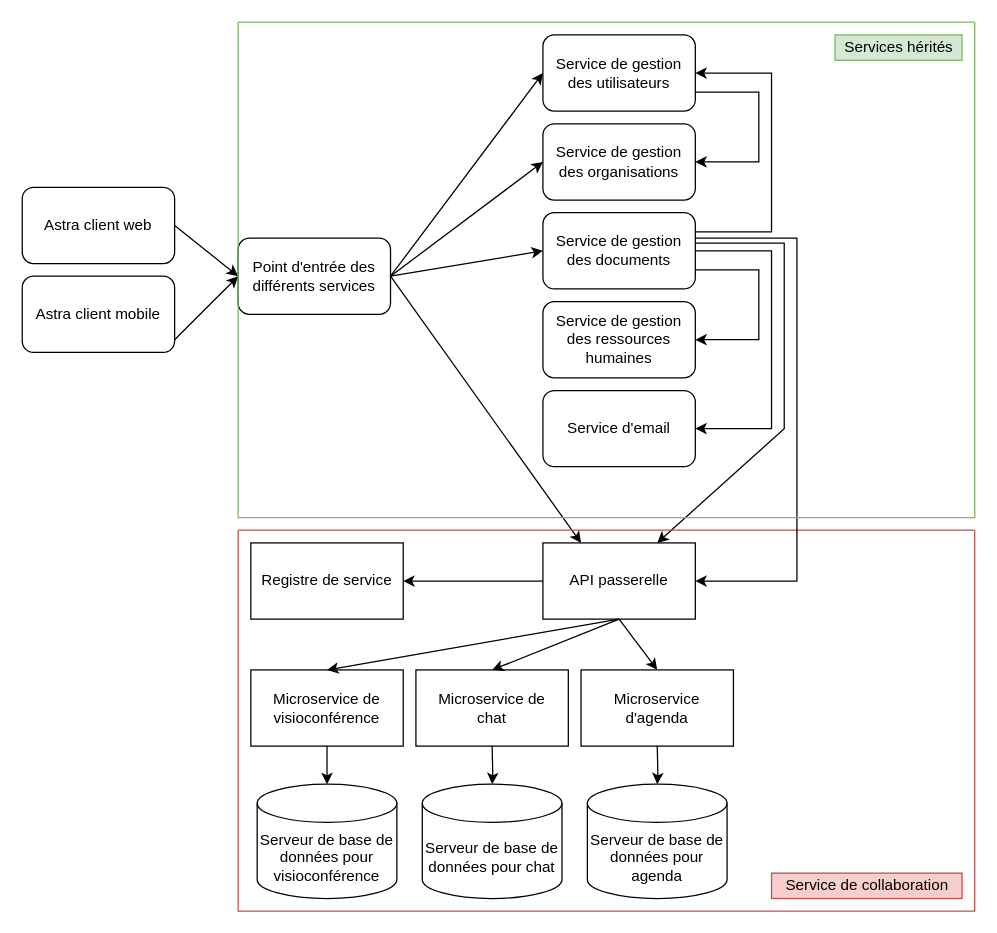
The draw.io diagram AplicativeArchitecture.drawio in cjour/audit_logistics, before the edit. Source tidied: cells renumbered, new cells numbered last; positions are measured from the earlier drawing's top-left corner, leaving out a move shared by most shapes. Both pictures are drawn from the tidied source at 127%, with x=0, y=0 at pixel (22, 22).
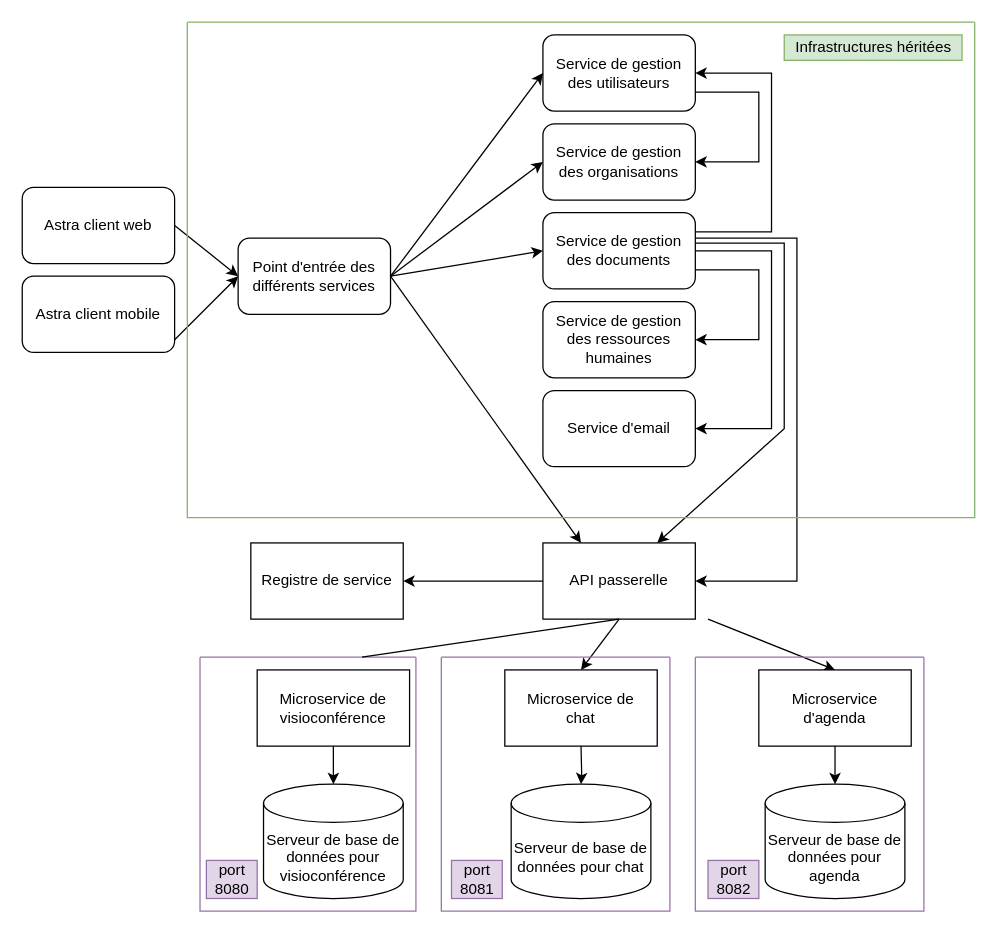
The same page after the edit.

Unchanged cells that the change refers to:
```xml
<mxCell id="23" value="API passerelle" style="rounded=0;whiteSpace=wrap;html=1;" parent="1" vertex="1">
  <mxGeometry x="410" y="410" width="120" height="60" as="geometry" />
</mxCell>
```

What changed in the source:
```diff
@@
+    <mxCell id="41" style="swimlane;startSize=0;fillColor=#e1d5e7;strokeColor=#9673a6;" parent="1" vertex="1">
+      <mxGeometry x="140" y="500" width="170" height="200" as="geometry" />
+    </mxCell>
+    <mxCell id="27" value="Serveur de base de données pour visioconférence" style="shape=cylinder3;whiteSpace=wrap;html=1;boundedLbl=1;backgroundOutline=1;size=15;" parent="41" vertex="1">
+      <mxGeometry x="50" y="100" width="110" height="90" as="geometry" />
+    </mxCell>
+    <mxCell id="22" value="&lt;div&gt;Microservice de &lt;br&gt;&lt;/div&gt;&lt;div&gt;visioconférence&lt;br&gt;&lt;/div&gt;" style="rounded=0;whiteSpace=wrap;html=1;" parent="41" vertex="1">
+      <mxGeometry x="45" y="10" width="120" height="60" as="geometry" />
+    </mxCell>
+    <mxCell id="21" style="edgeStyle=orthogonalEdgeStyle;rounded=0;jettySize=auto;html=1;" parent="41" edge="1" source="22" target="27">
+      <mxGeometry relative="1" as="geometry" />
+    </mxCell>
+    <mxCell id="42" value="&lt;div&gt;port &lt;br&gt;&lt;/div&gt;&lt;div&gt;8080&lt;/div&gt;" style="text;html=1;align=center;verticalAlign=middle;strokeColor=#9673a6;fillColor=#e1d5e7;" parent="41" vertex="1">
+      <mxGeometry x="5" y="160" width="40" height="30" as="geometry" />
+    </mxCell>
@@
-    <mxCell id="21" style="edgeStyle=orthogonalEdgeStyle;rounded=0;jettySize=auto;html=1;" parent="1" edge="1" source="22" target="27">
-      <mxGeometry relative="1" as="geometry" />
-    </mxCell>
-    <mxCell id="22" value="&lt;div&gt;Microservice de &lt;br&gt;&lt;/div&gt;&lt;div&gt;visioconférence&lt;br&gt;&lt;/div&gt;" style="rounded=0;whiteSpace=wrap;html=1;" parent="1" vertex="1">
-      <mxGeometry x="180" y="510" width="120" height="60" as="geometry" />
-    </mxCell>
@@
-    <mxCell id="24" style="endArrow=classic;html=1;rounded=0;exitX=0.5;exitY=1;exitDx=0;exitDy=0;entryX=0.5;entryY=0;entryDx=0;entryDy=0;" parent="1" edge="1" source="23" target="22">
-      <mxGeometry relative="1" as="geometry" />
-    </mxCell>
@@
-    <mxCell id="27" value="Serveur de base de données pour visioconférence" style="shape=cylinder3;whiteSpace=wrap;html=1;boundedLbl=1;backgroundOutline=1;size=15;" parent="1" vertex="1">
-      <mxGeometry x="185" y="600" width="110" height="90" as="geometry" />
-    </mxCell>
     <mxCell id="28" value="&lt;div&gt;Microservice de &lt;br&gt;&lt;/div&gt;&lt;div&gt;chat&lt;br&gt;&lt;/div&gt;" style="rounded=0;whiteSpace=wrap;html=1;" parent="1" vertex="1">
-      <mxGeometry x="310" y="510" width="120" height="60" as="geometry" />
+      <mxGeometry x="380" y="510" width="120" height="60" as="geometry" />
     </mxCell>
-    <mxCell id="29" style="endArrow=classic;html=1;rounded=0;entryX=0.5;entryY=0;entryDx=0;entryDy=0;exitX=0.5;exitY=1;exitDx=0;exitDy=0;" parent="1" edge="1" source="23" target="28">
-      <mxGeometry relative="1" as="geometry" />
+    <mxCell id="29" style="endArrow=classic;html=1;rounded=0;entryX=0.5;entryY=0;entryDx=0;entryDy=0;" parent="1" edge="1" target="28">
+      <mxGeometry relative="1" as="geometry">
+        <mxPoint x="470" y="470" as="sourcePoint" />
+      </mxGeometry>
     </mxCell>
     <mxCell id="30" style="edgeStyle=orthogonalEdgeStyle;rounded=0;jettySize=auto;html=1;" parent="1" edge="1" target="31">
       <mxGeometry relative="1" as="geometry">
-        <mxPoint x="370" y="570" as="sourcePoint" />
+        <mxPoint x="440" y="570" as="sourcePoint" />
       </mxGeometry>
     </mxCell>
     <mxCell id="31" value="Serveur de base de données pour chat" style="shape=cylinder3;whiteSpace=wrap;html=1;boundedLbl=1;backgroundOutline=1;size=15;" parent="1" vertex="1">
-      <mxGeometry x="315" y="600" width="110" height="90" as="geometry" />
+      <mxGeometry x="385" y="600" width="110" height="90" as="geometry" />
     </mxCell>
-    <mxCell id="32" value="&lt;div&gt;Microservice d'agenda&lt;br&gt;&lt;/div&gt;" style="rounded=0;whiteSpace=wrap;html=1;" parent="1" vertex="1">
-      <mxGeometry x="440" y="510" width="120" height="60" as="geometry" />
-    </mxCell>
-    <mxCell id="33" style="endArrow=classic;html=1;rounded=0;entryX=0.5;entryY=0;entryDx=0;entryDy=0;exitX=0.5;exitY=1;exitDx=0;exitDy=0;" parent="1" edge="1" source="23" target="32">
-      <mxGeometry relative="1" as="geometry" />
+    <mxCell id="33" style="endArrow=classic;html=1;rounded=0;entryX=0.5;entryY=0;entryDx=0;entryDy=0;exitX=0.5;exitY=1;exitDx=0;exitDy=0;" parent="1" edge="1" target="32">
+      <mxGeometry relative="1" as="geometry">
+        <mxPoint x="540" y="470" as="sourcePoint" />
+      </mxGeometry>
     </mxCell>
-    <mxCell id="34" style="edgeStyle=orthogonalEdgeStyle;rounded=0;jettySize=auto;html=1;" parent="1" edge="1" target="35">
-      <mxGeometry relative="1" as="geometry">
-        <mxPoint x="500" y="570" as="sourcePoint" />
-      </mxGeometry>
-    </mxCell>
-    <mxCell id="35" value="Serveur de base de données pour agenda" style="shape=cylinder3;whiteSpace=wrap;html=1;boundedLbl=1;backgroundOutline=1;size=15;" parent="1" vertex="1">
-      <mxGeometry x="445" y="600" width="110" height="90" as="geometry" />
-    </mxCell>
-    <mxCell id="36" style="swimlane;startSize=0;fillColor=#f8cecc;strokeColor=#b85450;" parent="1" vertex="1">
-      <mxGeometry x="170" y="400" width="580" height="300" as="geometry" />
-    </mxCell>
-    <mxCell id="37" value="Service de collaboration" style="text;html=1;align=center;verticalAlign=middle;strokeColor=#b85450;fillColor=#f8cecc;" parent="36" vertex="1">
-      <mxGeometry x="420" y="270" width="150" height="20" as="geometry" />
-    </mxCell>
-    <mxCell id="38" value="Services hérités" style="text;html=1;align=center;verticalAlign=middle;strokeColor=#82b366;fillColor=#d5e8d4;" parent="1" vertex="1">
-      <mxGeometry x="640" y="10" width="100" height="20" as="geometry" />
-    </mxCell>
@@
     <mxCell id="40" style="swimlane;startSize=0;fillColor=#d5e8d4;strokeColor=#82b366;" parent="1" vertex="1">
-      <mxGeometry x="170" width="580" height="390" as="geometry" />
+      <mxGeometry x="130" width="620" height="390" as="geometry" />
     </mxCell>
+    <mxCell id="38" value="&lt;div&gt;Infrastructures héritées&lt;/div&gt;" style="text;html=1;align=center;verticalAlign=middle;strokeColor=#82b366;fillColor=#d5e8d4;" parent="40" vertex="1">
+      <mxGeometry x="470" y="10" width="140" height="20" as="geometry" />
+    </mxCell>
+    <mxCell id="43" style="endArrow=none;html=1;rounded=0;exitX=0.5;exitY=1;exitDx=0;exitDy=0;entryX=0.75;entryY=0;entryDx=0;entryDy=0;" parent="1" edge="1" source="23" target="41">
+      <mxGeometry relative="1" as="geometry" />
+    </mxCell>
+    <mxCell id="44" style="swimlane;startSize=0;fillColor=#e1d5e7;strokeColor=#9673a6;" parent="1" vertex="1">
+      <mxGeometry x="530" y="500" width="180" height="200" as="geometry" />
+    </mxCell>
+    <mxCell id="32" value="&lt;div&gt;Microservice d'agenda&lt;br&gt;&lt;/div&gt;" style="rounded=0;whiteSpace=wrap;html=1;" parent="44" vertex="1">
+      <mxGeometry x="50" y="10" width="120" height="60" as="geometry" />
+    </mxCell>
+    <mxCell id="35" value="Serveur de base de données pour agenda" style="shape=cylinder3;whiteSpace=wrap;html=1;boundedLbl=1;backgroundOutline=1;size=15;" parent="44" vertex="1">
+      <mxGeometry x="55" y="100" width="110" height="90" as="geometry" />
+    </mxCell>
+    <mxCell id="34" style="edgeStyle=orthogonalEdgeStyle;rounded=0;jettySize=auto;html=1;exitX=0.5;exitY=1;exitDx=0;exitDy=0;" parent="44" edge="1" source="32" target="35">
+      <mxGeometry relative="1" as="geometry" />
+    </mxCell>
+    <mxCell id="45" value="&lt;div&gt;port &lt;br&gt;&lt;/div&gt;&lt;div&gt;8082&lt;/div&gt;" style="text;html=1;align=center;verticalAlign=middle;strokeColor=#9673a6;fillColor=#e1d5e7;" parent="44" vertex="1">
+      <mxGeometry x="10" y="160" width="40" height="30" as="geometry" />
+    </mxCell>
+    <mxCell id="46" style="swimlane;startSize=0;fillColor=#e1d5e7;strokeColor=#9673a6;" parent="1" vertex="1">
+      <mxGeometry x="330" y="500" width="180" height="200" as="geometry" />
+    </mxCell>
+    <mxCell id="47" value="&lt;div&gt;port &lt;br&gt;&lt;/div&gt;&lt;div&gt;8081&lt;/div&gt;" style="text;html=1;align=center;verticalAlign=middle;strokeColor=#9673a6;fillColor=#e1d5e7;" parent="46" vertex="1">
+      <mxGeometry x="8" y="160" width="40" height="30" as="geometry" />
+    </mxCell>
```
